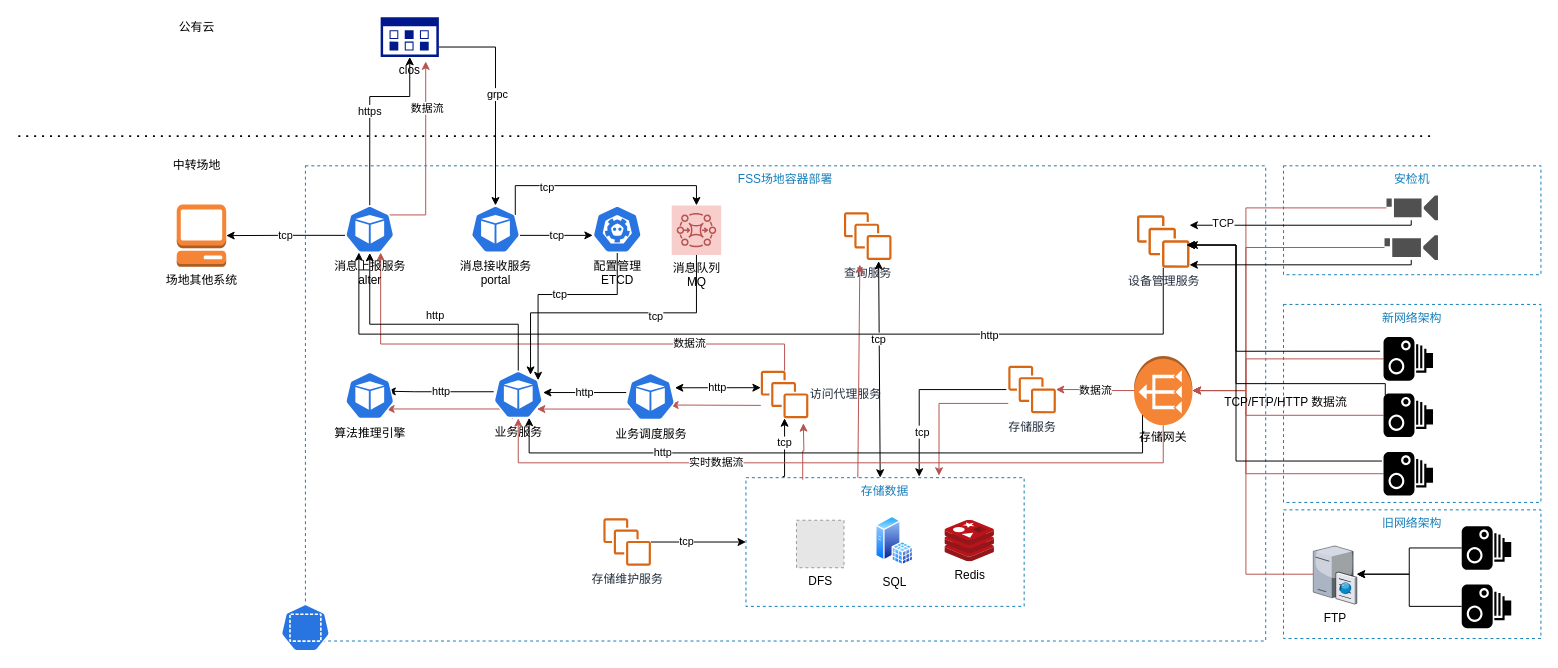
Earlier version of the draw.io diagram 标准架构.drawio (xwkeke/MyGit). Source tidied: cells renumbered, new cells numbered last; positions are measured from the earlier drawing's top-left corner, leaving out a move shared by most shapes. Both pictures are drawn from the tidied source at 99%, with x=0, y=0 at pixel (18, 17). Pictures stored in the file or linked from it are replaced by grey dashed boxes.
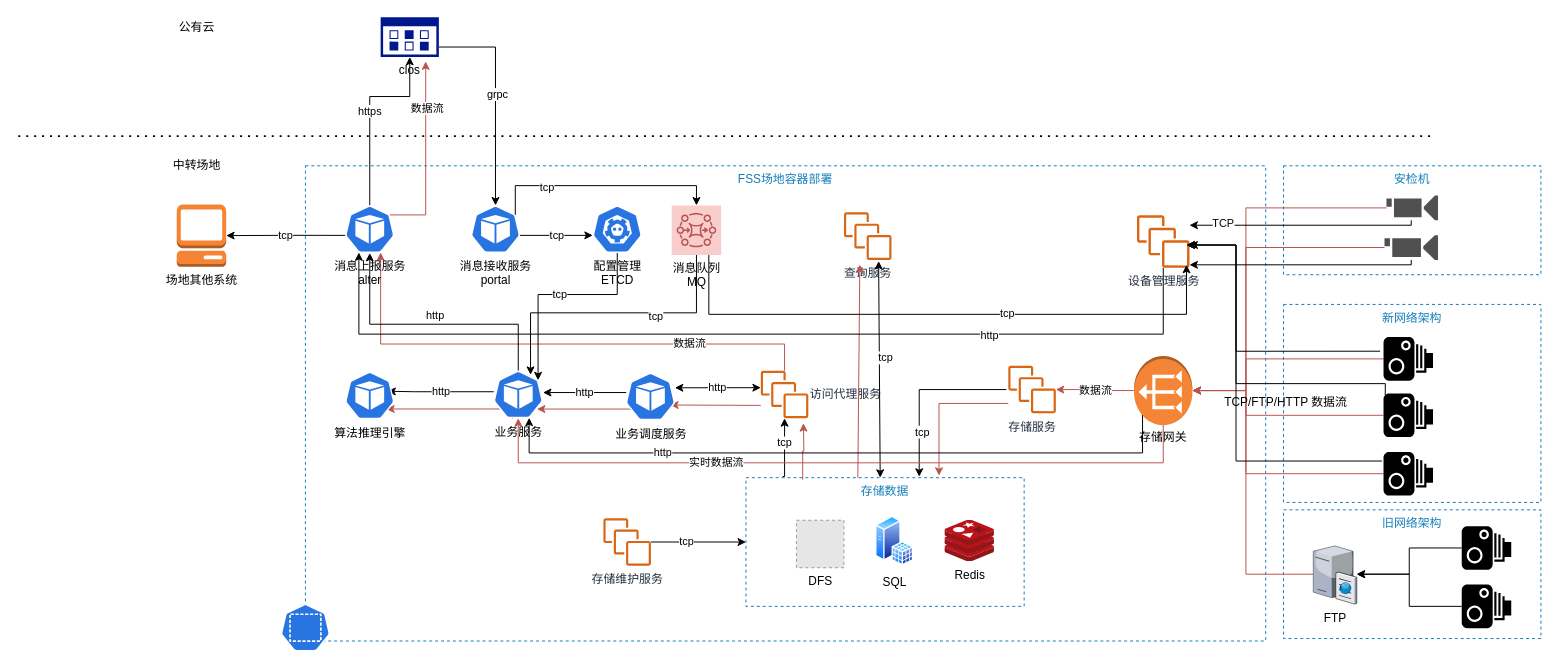
The same diagram, later.

The change refers to these unchanged cells:
```xml
<mxCell id="53" value="消息队列&lt;br&gt;MQ" style="points=[[0,0,0],[0.25,0,0],[0.5,0,0],[0.75,0,0],[1,0,0],[0,1,0],[0.25,1,0],[0.5,1,0],[0.75,1,0],[1,1,0],[0,0.25,0],[0,0.5,0],[0,0.75,0],[1,0.25,0],[1,0.5,0],[1,0.75,0]];outlineConnect=0;gradientDirection=north;dashed=0;verticalLabelPosition=bottom;verticalAlign=top;align=center;html=1;fontSize=12;fontStyle=0;shape=mxgraph.aws4.resourceIcon;resIcon=mxgraph.aws4.mq;strokeColor=#b85450;fillColor=#f8cecc;" parent="1" vertex="1">
  <mxGeometry x="660" y="190" width="50" height="50" as="geometry" />
</mxCell>
<mxCell id="75" style="endArrow=classic;startArrow=classic;html=1;strokeColor=#000000;exitX=0.444;exitY=-0.009;exitDx=0;exitDy=0;exitPerimeter=0;" parent="1" edge="1">
  <mxGeometry x="-59.2" y="-888.8" as="geometry">
    <mxPoint x="870.6" y="465" as="sourcePoint" />
    <mxPoint x="869" y="246.2" as="targetPoint" />
  </mxGeometry>
</mxCell>
```

What changed in the source:
```diff
@@
     <mxCell id="76" value="tcp" style="edgeLabel;html=1;align=center;verticalAlign=middle;" parent="75" vertex="1">
       <mxGeometry x="0.3" y="1" relative="1" as="geometry">
-        <mxPoint y="1" as="offset" />
+        <mxPoint x="6.9" y="20" as="offset" />
       </mxGeometry>
     </mxCell>
@@
+    <mxCell id="93" value="tcp" style="edgeStyle=orthogonalEdgeStyle;rounded=0;jettySize=auto;strokeColor=#000000;exitX=0.75;exitY=1;exitDx=0;exitDy=0;exitPerimeter=0;html=1;" parent="1" edge="1" source="53">
+      <mxGeometry as="geometry">
+        <mxPoint x="1180" y="250" as="targetPoint" />
+        <Array as="points">
+          <mxPoint x="698" y="300" />
+          <mxPoint x="1180" y="300" />
+        </Array>
+        <mxPoint x="60" y="54" as="offset" />
+      </mxGeometry>
+    </mxCell>
```
